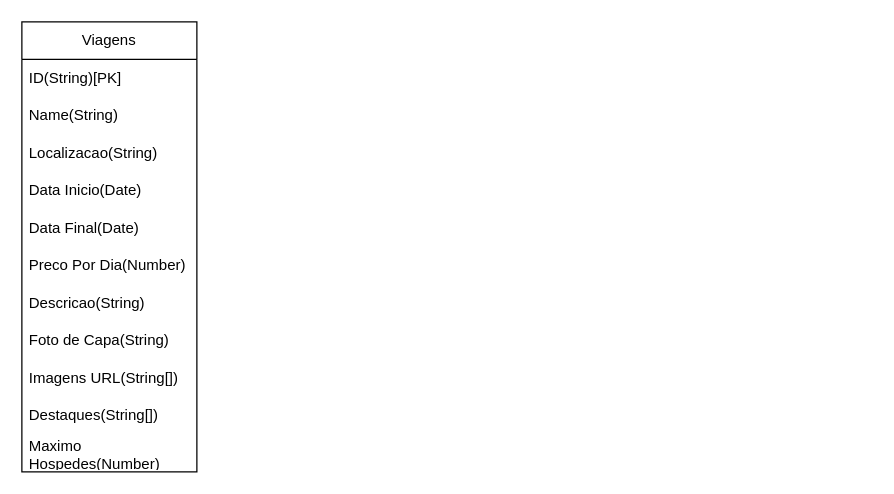
Before: Diagrama sem nome.drawio in dhionathan01/ProjectIni, a draw.io diagram. Source tidied: cells renumbered, new cells numbered last; positions are measured from the earlier drawing's top-left corner, leaving out a move shared by most shapes. Both pictures are drawn from the tidied source at 125%, with x=0, y=0 at pixel (21, 21).
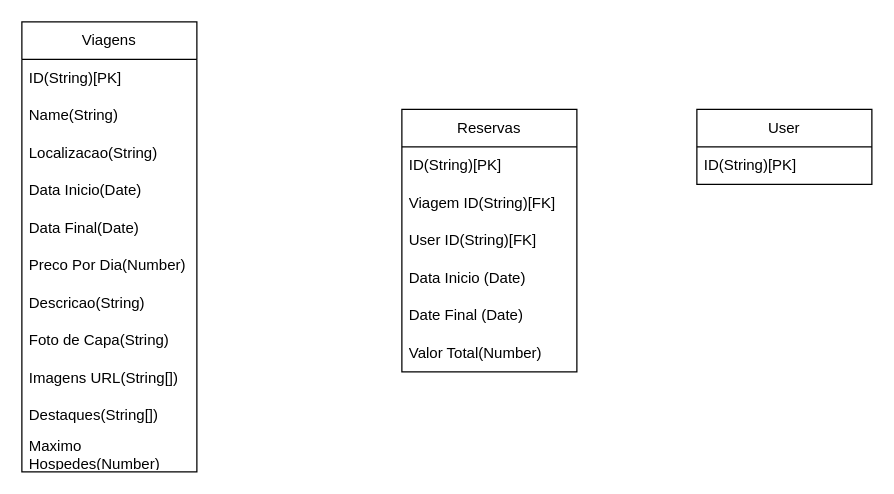
Above is the later version.

Commit message:
Criando Tabela de Resevas

Diff of the diagram source:
```diff
@@
+    <mxCell id="14" value="Reservas" style="swimlane;fontStyle=0;horizontal=1;startSize=30;whiteSpace=wrap;html=1;" parent="1" vertex="1">
+      <mxGeometry x="304" y="70" width="140" height="210" as="geometry" />
+    </mxCell>
+    <mxCell id="15" value="ID(String)[PK]" style="text;strokeColor=none;fillColor=none;align=left;verticalAlign=middle;spacingLeft=4;spacingRight=4;overflow=hidden;whiteSpace=wrap;html=1;" parent="14" vertex="1">
+      <mxGeometry y="30" width="140" height="30" as="geometry" />
+    </mxCell>
+    <mxCell id="16" value="Viagem ID(String)[FK]" style="text;strokeColor=none;fillColor=none;align=left;verticalAlign=middle;spacingLeft=4;spacingRight=4;overflow=hidden;whiteSpace=wrap;html=1;" parent="14" vertex="1">
+      <mxGeometry y="60" width="140" height="30" as="geometry" />
+    </mxCell>
+    <mxCell id="17" value="User ID(String)[FK]" style="text;strokeColor=none;fillColor=none;align=left;verticalAlign=middle;spacingLeft=4;spacingRight=4;overflow=hidden;whiteSpace=wrap;html=1;" parent="14" vertex="1">
+      <mxGeometry y="90" width="140" height="30" as="geometry" />
+    </mxCell>
+    <mxCell id="18" value="Data Inicio (Date)" style="text;strokeColor=none;fillColor=none;align=left;verticalAlign=middle;spacingLeft=4;spacingRight=4;overflow=hidden;whiteSpace=wrap;html=1;" parent="14" vertex="1">
+      <mxGeometry y="120" width="140" height="30" as="geometry" />
+    </mxCell>
+    <mxCell id="19" value="Date Final (Date)" style="text;strokeColor=none;fillColor=none;align=left;verticalAlign=middle;spacingLeft=4;spacingRight=4;overflow=hidden;whiteSpace=wrap;html=1;" parent="14" vertex="1">
+      <mxGeometry y="150" width="140" height="30" as="geometry" />
+    </mxCell>
+    <mxCell id="20" value="Valor Total(Number)" style="text;strokeColor=none;fillColor=none;align=left;verticalAlign=middle;spacingLeft=4;spacingRight=4;overflow=hidden;whiteSpace=wrap;html=1;" parent="14" vertex="1">
+      <mxGeometry y="180" width="140" height="30" as="geometry" />
+    </mxCell>
+    <mxCell id="21" value="User" style="swimlane;fontStyle=0;horizontal=1;startSize=30;whiteSpace=wrap;html=1;" parent="1" vertex="1">
+      <mxGeometry x="540" y="70" width="140" height="60" as="geometry" />
+    </mxCell>
+    <mxCell id="22" value="ID(String)[PK]" style="text;strokeColor=none;fillColor=none;align=left;verticalAlign=middle;spacingLeft=4;spacingRight=4;overflow=hidden;whiteSpace=wrap;html=1;" parent="21" vertex="1">
+      <mxGeometry y="30" width="140" height="30" as="geometry" />
+    </mxCell>
```
